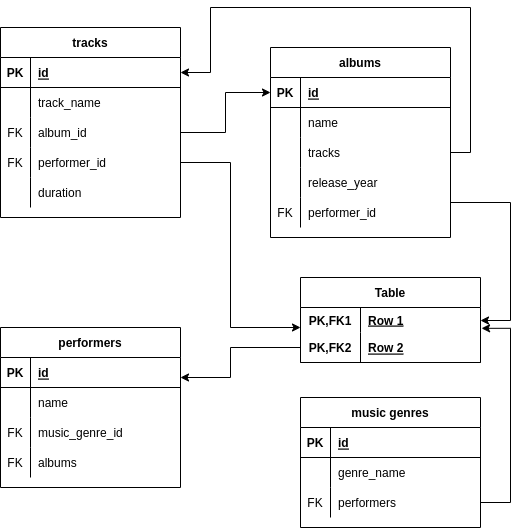
Above: music_site_netology.drawio.png in Isyldur/cook_book (draw.io), before the change. Source tidied: cells renumbered, new cells last; positions are measured from the earlier drawing's top-left corner, leaving out a move shared by most shapes.
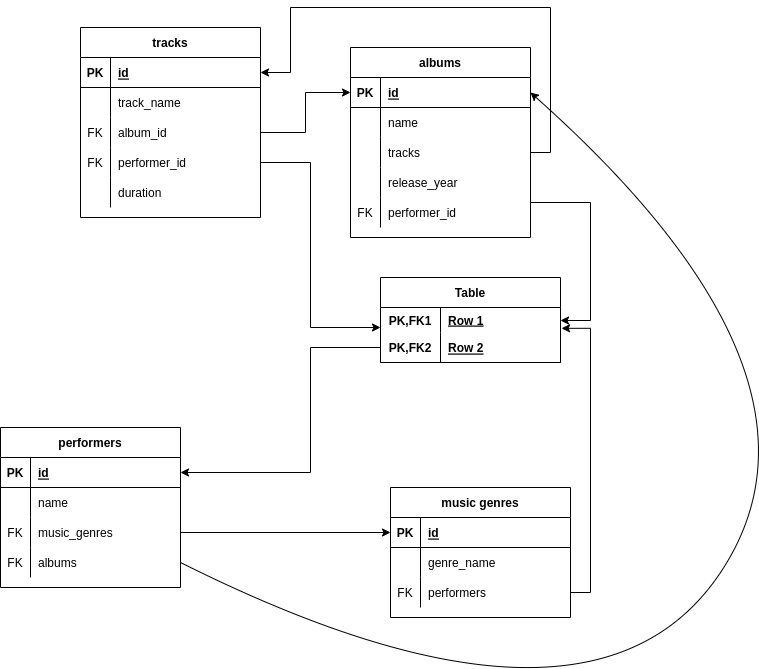
After the commit.

Change to the diagram source:
```diff
@@ -51,7 +51,7 @@
       <mxGeometry x="30" width="150" height="30" as="geometry" />
     </mxCell>
     <mxCell id="18" value="music genres" style="shape=table;startSize=30;rowLines=0;fontStyle=1;align=center;" parent="1" vertex="1">
-      <mxGeometry x="300" y="390" width="180" height="130" as="geometry" />
+      <mxGeometry x="310" y="480" width="180" height="130" as="geometry" />
     </mxCell>
     <mxCell id="19" style="shape=tableRow;horizontal=0;startSize=0;swimlaneHead=0;swimlaneBody=0;fillColor=none;points=[[0,0.5],[1,0.5]];portConstraint=eastwest;top=0;left=0;right=0;bottom=1;" parent="18" vertex="1">
       <mxGeometry y="30" width="180" height="30" as="geometry" />
@@ -81,7 +81,7 @@
       <mxGeometry x="30" width="150" height="30" as="geometry" />
     </mxCell>
     <mxCell id="28" value="performers" style="shape=table;startSize=30;rowLines=0;fontStyle=1;align=center;" parent="1" vertex="1">
-      <mxGeometry y="320" width="180" height="160" as="geometry" />
+      <mxGeometry x="-80" y="420" width="180" height="160" as="geometry" />
     </mxCell>
     <mxCell id="29" style="shape=tableRow;horizontal=0;startSize=0;swimlaneHead=0;swimlaneBody=0;fillColor=none;points=[[0,0.5],[1,0.5]];portConstraint=eastwest;top=0;left=0;right=0;bottom=1;" parent="28" vertex="1">
       <mxGeometry y="30" width="180" height="30" as="geometry" />
@@ -107,7 +107,7 @@
     <mxCell id="36" value="FK" style="shape=partialRectangle;fillColor=none;top=0;left=0;bottom=0;right=0;overflow=hidden;" parent="35" vertex="1">
       <mxGeometry width="30" height="30" as="geometry" />
     </mxCell>
-    <mxCell id="37" value="music_genre_id" style="shape=partialRectangle;fillColor=none;top=0;left=0;bottom=0;right=0;align=left;spacingLeft=6;overflow=hidden;" parent="35" vertex="1">
+    <mxCell id="37" value="music_genres" style="shape=partialRectangle;fillColor=none;top=0;left=0;bottom=0;right=0;align=left;spacingLeft=6;overflow=hidden;" parent="35" vertex="1">
       <mxGeometry x="30" width="150" height="30" as="geometry" />
     </mxCell>
     <mxCell id="38" style="shape=tableRow;horizontal=0;startSize=0;swimlaneHead=0;swimlaneBody=0;fillColor=none;points=[[0,0.5],[1,0.5]];portConstraint=eastwest;top=0;left=0;right=0;bottom=0;" parent="28" vertex="1">
@@ -192,14 +192,14 @@
       <mxGeometry relative="1" as="geometry">
         <Array as="points">
           <mxPoint x="230" y="340" />
-          <mxPoint x="230" y="370" />
+          <mxPoint x="230" y="465" />
         </Array>
       </mxGeometry>
     </mxCell>
     <mxCell id="65" style="edgeStyle=orthogonalEdgeStyle;rounded=0;jettySize=auto;html=1;entryX=1.006;entryY=0.833;entryDx=0;entryDy=0;entryPerimeter=0;" parent="1" edge="1" source="25" target="58">
       <mxGeometry relative="1" as="geometry">
         <Array as="points">
-          <mxPoint x="510" y="495" />
+          <mxPoint x="510" y="585" />
           <mxPoint x="510" y="321" />
         </Array>
       </mxGeometry>
@@ -233,5 +233,16 @@
         </Array>
       </mxGeometry>
     </mxCell>
+    <mxCell id="70" style="edgeStyle=orthogonalEdgeStyle;rounded=0;jettySize=auto;html=1;entryX=0;entryY=0.5;entryDx=0;entryDy=0;" parent="1" edge="1" source="35" target="19">
+      <mxGeometry relative="1" as="geometry" />
+    </mxCell>
+    <mxCell id="71" style="curved=1;endArrow=classic;html=1;rounded=0;exitX=1;exitY=0.5;exitDx=0;exitDy=0;entryX=1;entryY=0.5;entryDx=0;entryDy=0;" parent="1" edge="1" source="38" target="3">
+      <mxGeometry relative="1" as="geometry">
+        <Array as="points">
+          <mxPoint x="510" y="760" />
+          <mxPoint x="770" y="370" />
+        </Array>
+      </mxGeometry>
+    </mxCell>
   </root>
 </mxGraphModel>
```
